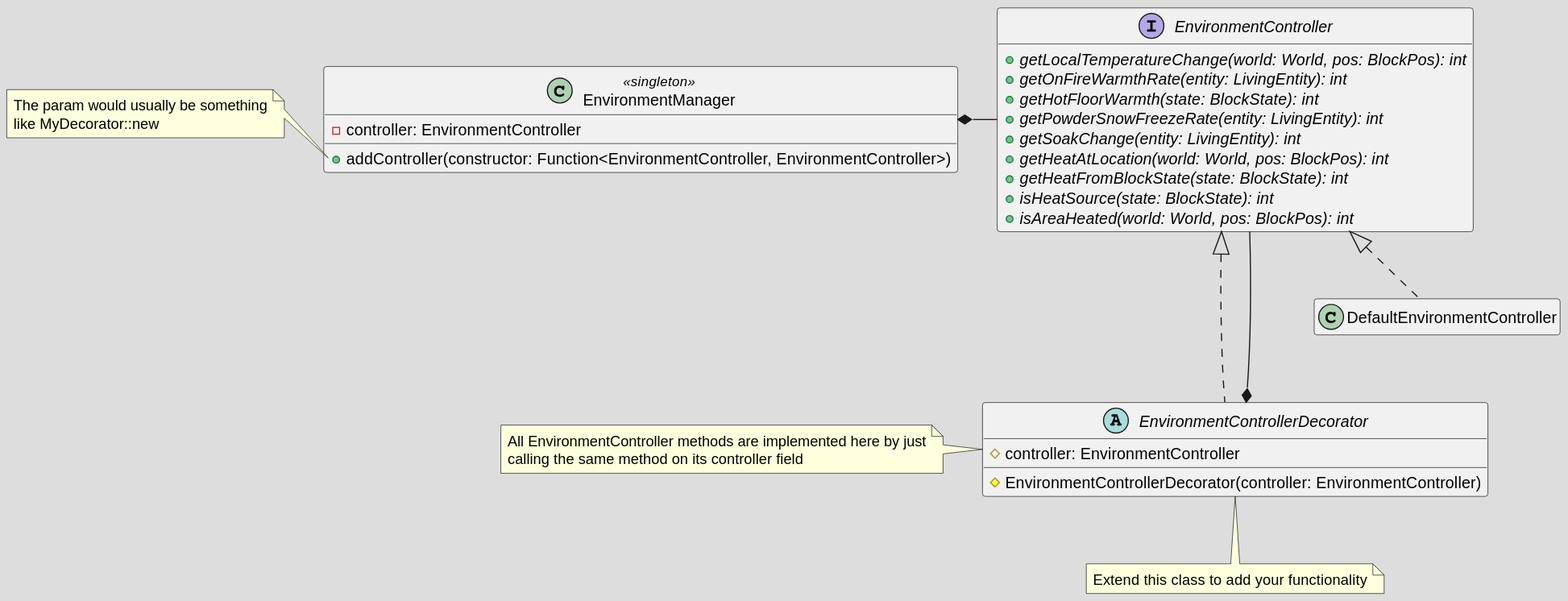
Earlier version of the PlantUML export docs/environment-controller.svg (TheDeathlyCow/thermoo).
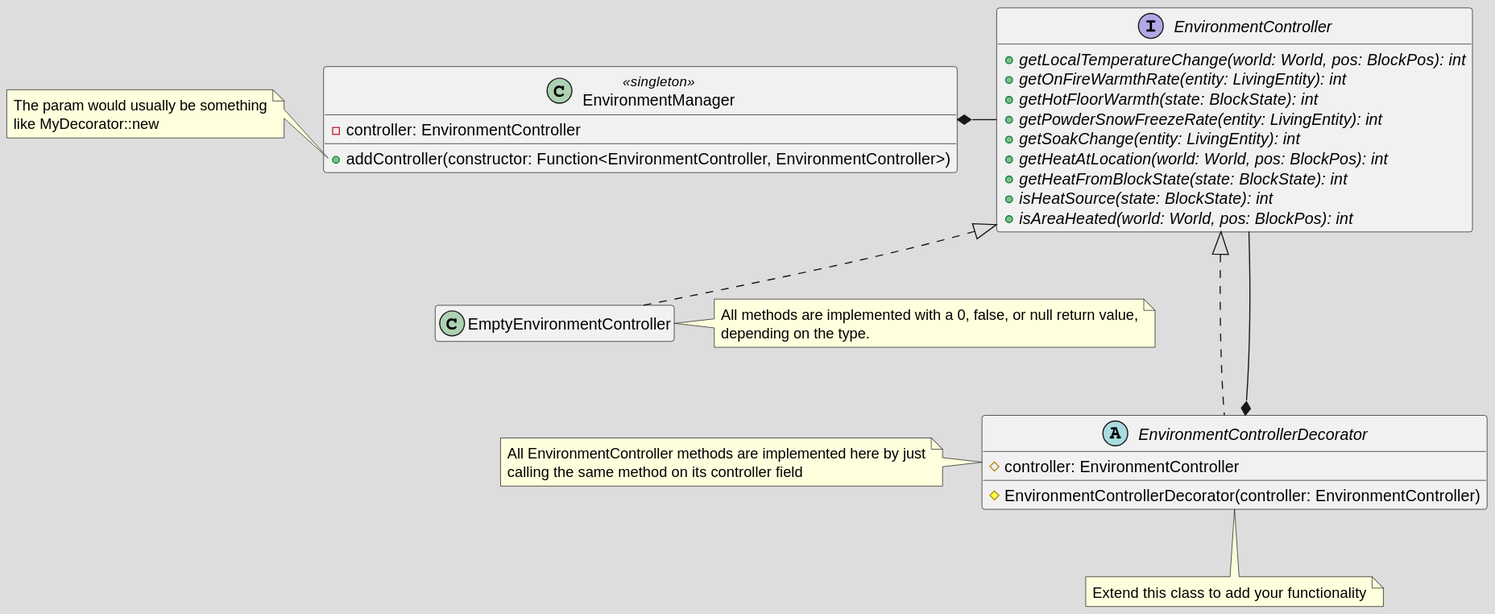
The same diagram one commit later.

Commit message:
update uml diagram

Diff of the diagram source:
```diff
@@ -25,9 +25,13 @@
 
 }
 
-class DefaultEnvironmentController {
+class EmptyEnvironmentController {
 
 }
+note right of EmptyEnvironmentController
+All methods are implemented with a 0, false, or null return value,
+depending on the type.
+end note
 
 abstract class EnvironmentControllerDecorator {
 
@@ -46,7 +50,7 @@
 
 EnvironmentManager *--right-- EnvironmentController
 
-EnvironmentController <|.. DefaultEnvironmentController
+EnvironmentController <|.. EmptyEnvironmentController
 EnvironmentController <|... EnvironmentControllerDecorator
 EnvironmentController ---* EnvironmentControllerDecorator
 @enduml
```
